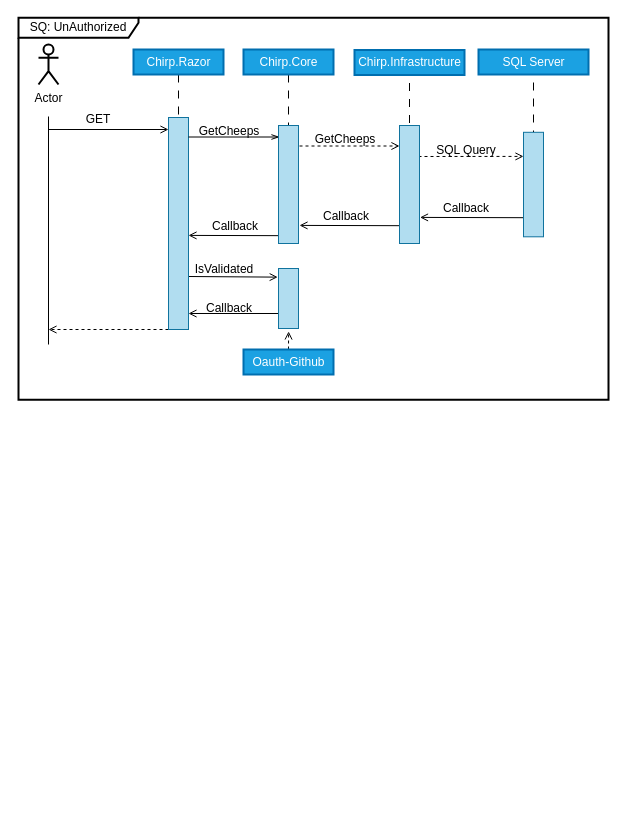
Before: Docs/Images/SequenceDiagram.drawio in ITU-BDSA23-GROUP4/Chirp, a draw.io diagram. Source tidied: cells renumbered, new cells numbered last; positions are measured from the earlier drawing's top-left corner, leaving out a move shared by most shapes. Both pictures are drawn from the tidied source at 100%, with x=0, y=0 at pixel (18, 17).
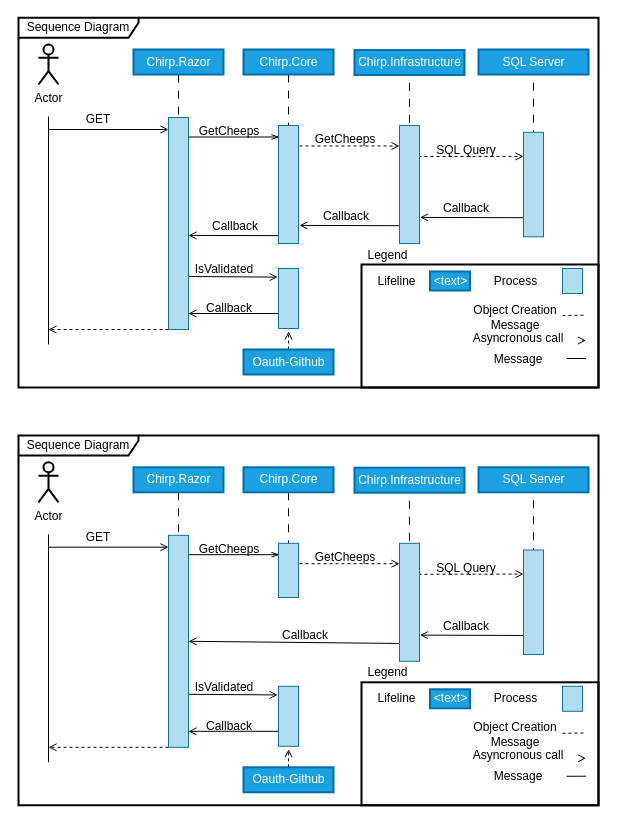
After the change.

What changed in the source:
```diff
@@
-    <mxCell id="7" value="SQ: UnAuthorized" style="shape=umlFrame;whiteSpace=wrap;html=1;strokeColor=#000000;strokeWidth=2;width=120;height=20;" parent="1" vertex="1">
-      <mxGeometry y="0.2" width="590" height="382" as="geometry" />
+    <mxCell id="7" value="Sequence Diagram" style="shape=umlFrame;whiteSpace=wrap;html=1;strokeColor=#000000;strokeWidth=2;width=120;height=20;" parent="1" vertex="1">
+      <mxGeometry y="0.2" width="580" height="369.8" as="geometry" />
     </mxCell>
@@
+    <mxCell id="39" style="html=1;strokeColor=#10739e;strokeWidth=1;fillColor=#b1ddf0;" parent="1" vertex="1">
+      <mxGeometry x="544" y="251" width="20" height="25" as="geometry" />
+    </mxCell>
+    <mxCell id="40" style="rounded=0;whiteSpace=wrap;html=1;sketch=0;strokeColor=#000000;strokeWidth=2;fontColor=#000000;fillColor=none;gradientColor=none;" parent="1" vertex="1">
+      <mxGeometry x="343" y="247" width="237" height="123" as="geometry" />
+    </mxCell>
+    <mxCell id="41" value="Process" style="text;html=1;strokeColor=none;fillColor=none;align=center;verticalAlign=middle;whiteSpace=wrap;rounded=0;sketch=0;strokeWidth=2;fontColor=#000000;" parent="1" vertex="1">
+      <mxGeometry x="467.5" y="254" width="59" height="19" as="geometry" />
+    </mxCell>
+    <mxCell id="42" style="edgeStyle=none;html=1;entryX=0;entryY=0.25;entryDx=0;entryDy=0;dashed=1;strokeColor=#000000;fontColor=#000000;endArrow=none;endFill=0;targetPerimeterSpacing=18;" parent="1" edge="1">
+      <mxGeometry relative="1" as="geometry">
+        <mxPoint x="544" y="298" as="sourcePoint" />
+        <mxPoint x="567.5" y="297.6" as="targetPoint" />
+      </mxGeometry>
+    </mxCell>
+    <mxCell id="43" value="Object Creation Message" style="text;html=1;strokeColor=none;fillColor=none;align=center;verticalAlign=middle;whiteSpace=wrap;rounded=0;sketch=0;strokeWidth=2;fontColor=#000000;" parent="1" vertex="1">
+      <mxGeometry x="449" y="290" width="96" height="19" as="geometry" />
+    </mxCell>
+    <mxCell id="44" style="edgeStyle=none;html=1;entryX=0;entryY=0.25;entryDx=0;entryDy=0;strokeColor=#000000;fontColor=#000000;endArrow=open;endFill=0;targetPerimeterSpacing=1;startArrow=none;startFill=0;" parent="1" edge="1">
+      <mxGeometry relative="1" as="geometry">
+        <mxPoint x="564" y="323" as="sourcePoint" />
+        <mxPoint x="567.5" y="323" as="targetPoint" />
+      </mxGeometry>
+    </mxCell>
+    <mxCell id="45" value="Asyncronous call" style="text;html=1;strokeColor=none;fillColor=none;align=center;verticalAlign=middle;whiteSpace=wrap;rounded=0;sketch=0;strokeWidth=2;fontColor=#000000;" parent="1" vertex="1">
+      <mxGeometry x="451.5" y="311" width="96" height="19" as="geometry" />
+    </mxCell>
+    <mxCell id="46" style="edgeStyle=none;html=1;entryX=0;entryY=0.25;entryDx=0;entryDy=0;strokeColor=#000000;fontColor=#000000;endArrow=none;endFill=0;targetPerimeterSpacing=18;" parent="1" edge="1">
+      <mxGeometry relative="1" as="geometry">
+        <mxPoint x="548" y="341" as="sourcePoint" />
+        <mxPoint x="567.5" y="341" as="targetPoint" />
+      </mxGeometry>
+    </mxCell>
+    <mxCell id="47" value="Message" style="text;html=1;strokeColor=none;fillColor=none;align=center;verticalAlign=middle;whiteSpace=wrap;rounded=0;sketch=0;strokeWidth=2;fontColor=#000000;" parent="1" vertex="1">
+      <mxGeometry x="451.5" y="332" width="96" height="19" as="geometry" />
+    </mxCell>
+    <mxCell id="48" value="&amp;lt;text&amp;gt;" style="html=1;strokeColor=#006EAF;strokeWidth=2;fillColor=#1ba1e2;fontColor=#ffffff;" parent="1" vertex="1">
+      <mxGeometry x="411.5" y="254" width="40" height="19" as="geometry" />
+    </mxCell>
+    <mxCell id="49" value="Lifeline" style="text;html=1;strokeColor=none;fillColor=none;align=center;verticalAlign=middle;whiteSpace=wrap;rounded=0;sketch=0;strokeWidth=2;fontColor=#000000;" parent="1" vertex="1">
+      <mxGeometry x="349" y="254" width="59" height="19" as="geometry" />
+    </mxCell>
+    <mxCell id="50" value="Legend" style="text;html=1;strokeColor=none;fillColor=none;align=center;verticalAlign=middle;whiteSpace=wrap;rounded=0;sketch=0;strokeWidth=2;fontColor=#000000;" parent="1" vertex="1">
+      <mxGeometry x="340" y="228" width="59" height="19" as="geometry" />
+    </mxCell>
+    <mxCell id="51" style="edgeStyle=none;html=1;entryX=0.5;entryY=0;entryDx=0;entryDy=0;dashed=1;dashPattern=8 8;strokeColor=#000000;fontColor=#000000;endArrow=none;endFill=0;exitX=0.5;exitY=1;exitDx=0;exitDy=0;" parent="1" edge="1" source="52" target="59">
+      <mxGeometry relative="1" as="geometry" />
+    </mxCell>
+    <mxCell id="52" value="Chirp.Razor" style="html=1;strokeColor=#006EAF;strokeWidth=2;fillColor=#1ba1e2;fontColor=#ffffff;" parent="1" vertex="1">
+      <mxGeometry x="115" y="449.8" width="90" height="25" as="geometry" />
+    </mxCell>
+    <mxCell id="53" value="&lt;font color=&quot;#000000&quot;&gt;Actor&lt;/font&gt;" style="shape=umlActor;verticalLabelPosition=bottom;verticalAlign=top;html=1;strokeColor=#000000;strokeWidth=2;" parent="1" vertex="1">
+      <mxGeometry x="20" y="444.8" width="20" height="40" as="geometry" />
+    </mxCell>
+    <mxCell id="54" style="endArrow=none;html=1;strokeColor=#000000;" parent="1" edge="1">
+      <mxGeometry relative="1" as="geometry">
+        <mxPoint x="30" y="516.8" as="sourcePoint" />
+        <mxPoint x="30" y="744.8" as="targetPoint" />
+      </mxGeometry>
+    </mxCell>
+    <mxCell id="55" style="endArrow=open;html=1;strokeColor=#000000;fontColor=#000000;endFill=0;" parent="1" edge="1">
+      <mxGeometry relative="1" as="geometry">
+        <mxPoint x="30" y="529.7" as="sourcePoint" />
+        <mxPoint x="150" y="529.7" as="targetPoint" />
+      </mxGeometry>
+    </mxCell>
+    <mxCell id="56" value="Sequence Diagram" style="shape=umlFrame;whiteSpace=wrap;html=1;strokeColor=#000000;strokeWidth=2;width=120;height=20;" parent="1" vertex="1">
+      <mxGeometry y="418" width="580" height="369.8" as="geometry" />
+    </mxCell>
+    <mxCell id="57" style="edgeStyle=none;html=1;exitX=0;exitY=1;exitDx=0;exitDy=0;dashed=1;strokeColor=#000000;fontColor=#000000;endArrow=open;endFill=0;targetPerimeterSpacing=18;" parent="1" edge="1" source="59">
+      <mxGeometry relative="1" as="geometry">
+        <mxPoint x="30" y="729.8" as="targetPoint" />
+      </mxGeometry>
+    </mxCell>
+    <mxCell id="58" style="edgeStyle=none;html=1;exitX=1;exitY=0.75;exitDx=0;exitDy=0;strokeColor=#000000;fontColor=#000000;endArrow=open;endFill=0;targetPerimeterSpacing=18;entryX=-0.039;entryY=0.144;entryDx=0;entryDy=0;entryPerimeter=0;" parent="1" edge="1" source="59" target="82">
+      <mxGeometry relative="1" as="geometry" />
+    </mxCell>
+    <mxCell id="59" style="html=1;strokeColor=#10739e;strokeWidth=1;fillColor=#b1ddf0;" parent="1" vertex="1">
+      <mxGeometry x="150" y="517.8" width="20" height="212" as="geometry" />
+    </mxCell>
+    <mxCell id="60" value="GET" style="text;html=1;strokeColor=none;fillColor=none;align=center;verticalAlign=middle;whiteSpace=wrap;rounded=0;strokeWidth=1;fontColor=#000000;" parent="1" vertex="1">
+      <mxGeometry x="50" y="509.8" width="60" height="20" as="geometry" />
+    </mxCell>
+    <mxCell id="61" style="edgeStyle=none;html=1;entryX=0.5;entryY=0;entryDx=0;entryDy=0;dashed=1;dashPattern=8 8;strokeColor=#000000;fontColor=#000000;endArrow=none;endFill=0;exitX=0.5;exitY=1;exitDx=0;exitDy=0;" parent="1" edge="1" target="79">
+      <mxGeometry relative="1" as="geometry">
+        <mxPoint x="391" y="467.2" as="sourcePoint" />
+      </mxGeometry>
+    </mxCell>
+    <mxCell id="62" value="Chirp.Infrastructure" style="html=1;strokeColor=#006EAF;strokeWidth=2;fillColor=#1ba1e2;fontColor=#ffffff;" parent="1" vertex="1">
+      <mxGeometry x="336" y="450.2" width="110" height="25" as="geometry" />
+    </mxCell>
+    <mxCell id="63" style="edgeStyle=none;html=1;entryX=0;entryY=0.25;entryDx=0;entryDy=0;dashed=1;strokeColor=#000000;fontColor=#000000;endArrow=open;endFill=0;targetPerimeterSpacing=18;" parent="1" edge="1">
+      <mxGeometry relative="1" as="geometry">
+        <mxPoint x="400" y="556.8" as="sourcePoint" />
+        <mxPoint x="505" y="556.6" as="targetPoint" />
+      </mxGeometry>
+    </mxCell>
+    <mxCell id="64" style="edgeStyle=none;html=1;exitX=0.5;exitY=1;exitDx=0;exitDy=0;entryX=0.5;entryY=0;entryDx=0;entryDy=0;dashed=1;dashPattern=8 8;strokeColor=#000000;fontColor=#000000;endArrow=none;endFill=0;" parent="1" edge="1" source="65" target="78">
+      <mxGeometry relative="1" as="geometry" />
+    </mxCell>
+    <mxCell id="65" value="Chirp.Core" style="html=1;strokeColor=#006EAF;strokeWidth=2;fillColor=#1ba1e2;fontColor=#ffffff;" parent="1" vertex="1">
+      <mxGeometry x="225" y="449.8" width="90" height="25" as="geometry" />
+    </mxCell>
+    <mxCell id="66" style="edgeStyle=none;html=1;exitX=1;exitY=0.25;exitDx=0;exitDy=0;entryX=0;entryY=0.25;entryDx=0;entryDy=0;strokeColor=#000000;fontColor=#000000;endArrow=open;endFill=0;dashed=1;" parent="1" edge="1">
+      <mxGeometry relative="1" as="geometry">
+        <mxPoint x="281" y="546.2" as="sourcePoint" />
+        <mxPoint x="381" y="546.2" as="targetPoint" />
+      </mxGeometry>
+    </mxCell>
+    <mxCell id="67" style="endArrow=openThin;html=1;strokeColor=#000000;fontColor=#000000;exitX=1;exitY=0.25;exitDx=0;exitDy=0;entryX=0;entryY=0.25;entryDx=0;entryDy=0;endFill=0;" parent="1" edge="1">
+      <mxGeometry relative="1" as="geometry">
+        <mxPoint x="170" y="537.2" as="sourcePoint" />
+        <mxPoint x="261" y="537.2" as="targetPoint" />
+      </mxGeometry>
+    </mxCell>
+    <mxCell id="68" value="GetCheeps" style="text;html=1;strokeColor=none;fillColor=none;align=center;verticalAlign=middle;whiteSpace=wrap;rounded=0;strokeWidth=1;fontColor=#000000;" parent="1" vertex="1">
+      <mxGeometry x="297" y="529.8" width="60" height="20" as="geometry" />
+    </mxCell>
+    <mxCell id="69" style="edgeStyle=none;html=1;entryX=0.5;entryY=0;entryDx=0;entryDy=0;dashed=1;dashPattern=8 8;strokeColor=#000000;fontColor=#000000;endArrow=none;endFill=0;exitX=0.5;exitY=1;exitDx=0;exitDy=0;" parent="1" edge="1" target="72">
+      <mxGeometry relative="1" as="geometry">
+        <mxPoint x="515" y="466.8" as="sourcePoint" />
+      </mxGeometry>
+    </mxCell>
+    <mxCell id="70" value="SQL Server" style="html=1;strokeColor=#006EAF;strokeWidth=2;fillColor=#1ba1e2;fontColor=#ffffff;" parent="1" vertex="1">
+      <mxGeometry x="460" y="449.8" width="110" height="25" as="geometry" />
+    </mxCell>
+    <mxCell id="71" style="edgeStyle=none;html=1;exitX=0;exitY=1;exitDx=0;exitDy=0;strokeColor=#000000;fontColor=#000000;endArrow=open;endFill=0;targetPerimeterSpacing=18;entryX=1.026;entryY=0.931;entryDx=0;entryDy=0;entryPerimeter=0;" parent="1" edge="1">
+      <mxGeometry relative="1" as="geometry">
+        <mxPoint x="505" y="618" as="sourcePoint" />
+        <mxPoint x="401.5" y="617.6" as="targetPoint" />
+      </mxGeometry>
+    </mxCell>
+    <mxCell id="72" style="html=1;strokeColor=#10739e;strokeWidth=1;fillColor=#b1ddf0;" parent="1" vertex="1">
+      <mxGeometry x="505" y="532.5" width="20" height="104.5" as="geometry" />
+    </mxCell>
+    <mxCell id="73" value="GetCheeps" style="text;html=1;strokeColor=none;fillColor=none;align=center;verticalAlign=middle;whiteSpace=wrap;rounded=0;strokeWidth=1;fontColor=#000000;" parent="1" vertex="1">
+      <mxGeometry x="181" y="521.8" width="60" height="20" as="geometry" />
+    </mxCell>
+    <mxCell id="74" value="SQL Query" style="text;html=1;strokeColor=none;fillColor=none;align=center;verticalAlign=middle;whiteSpace=wrap;rounded=0;strokeWidth=1;fontColor=#000000;" parent="1" vertex="1">
+      <mxGeometry x="413" y="540.5" width="70" height="20" as="geometry" />
+    </mxCell>
+    <mxCell id="75" value="Callback" style="text;html=1;strokeColor=none;fillColor=none;align=center;verticalAlign=middle;whiteSpace=wrap;rounded=0;strokeWidth=1;fontColor=#000000;" parent="1" vertex="1">
+      <mxGeometry x="413" y="599" width="70" height="20" as="geometry" />
+    </mxCell>
+    <mxCell id="76" style="edgeStyle=none;html=1;exitX=0;exitY=1;exitDx=0;exitDy=0;strokeColor=#000000;fontColor=#000000;endArrow=open;endFill=0;targetPerimeterSpacing=18;entryX=1;entryY=0.5;entryDx=0;entryDy=0;" parent="1" edge="1" target="59">
+      <mxGeometry relative="1" as="geometry">
+        <mxPoint x="384.5" y="626" as="sourcePoint" />
+      </mxGeometry>
+    </mxCell>
+    <mxCell id="77" value="Callback" style="text;html=1;strokeColor=none;fillColor=none;align=center;verticalAlign=middle;whiteSpace=wrap;rounded=0;strokeWidth=1;fontColor=#000000;" parent="1" vertex="1">
+      <mxGeometry x="251.5" y="608" width="70" height="20" as="geometry" />
+    </mxCell>
+    <mxCell id="78" style="html=1;strokeColor=#10739e;strokeWidth=1;fillColor=#b1ddf0;" parent="1" vertex="1">
+      <mxGeometry x="260" y="525.8" width="20" height="54.2" as="geometry" />
+    </mxCell>
+    <mxCell id="79" style="html=1;strokeColor=#10739e;strokeWidth=1;fillColor=#b1ddf0;" parent="1" vertex="1">
+      <mxGeometry x="381" y="525.8" width="20" height="118" as="geometry" />
+    </mxCell>
+    <mxCell id="80" value="IsValidated" style="text;html=1;strokeColor=none;fillColor=none;align=center;verticalAlign=middle;whiteSpace=wrap;rounded=0;strokeWidth=1;fontColor=#000000;" parent="1" vertex="1">
+      <mxGeometry x="171" y="659.8" width="70" height="20" as="geometry" />
+    </mxCell>
+    <mxCell id="81" style="edgeStyle=none;html=1;exitX=0;exitY=0.75;exitDx=0;exitDy=0;strokeColor=#000000;fontColor=#000000;endArrow=open;endFill=0;targetPerimeterSpacing=18;" parent="1" edge="1" source="82">
+      <mxGeometry relative="1" as="geometry">
+        <mxPoint x="170" y="713.8" as="targetPoint" />
+      </mxGeometry>
+    </mxCell>
+    <mxCell id="82" style="html=1;strokeColor=#10739e;strokeWidth=1;fillColor=#b1ddf0;" parent="1" vertex="1">
+      <mxGeometry x="260" y="668.8" width="20" height="60" as="geometry" />
+    </mxCell>
+    <mxCell id="83" style="edgeStyle=none;html=1;exitX=0.5;exitY=0;exitDx=0;exitDy=0;entryX=0.506;entryY=1.049;entryDx=0;entryDy=0;entryPerimeter=0;strokeColor=#000000;fontColor=#000000;endArrow=open;endFill=0;targetPerimeterSpacing=18;dashed=1;" parent="1" edge="1" source="84" target="82">
+      <mxGeometry relative="1" as="geometry" />
+    </mxCell>
+    <mxCell id="84" value="Oauth-Github" style="html=1;strokeColor=#006EAF;strokeWidth=2;fillColor=#1ba1e2;fontColor=#ffffff;" parent="1" vertex="1">
+      <mxGeometry x="225" y="749.8" width="90" height="25" as="geometry" />
+    </mxCell>
+    <mxCell id="85" value="Callback" style="text;html=1;strokeColor=none;fillColor=none;align=center;verticalAlign=middle;whiteSpace=wrap;rounded=0;strokeWidth=1;fontColor=#000000;" parent="1" vertex="1">
+      <mxGeometry x="176" y="698.8" width="70" height="20" as="geometry" />
+    </mxCell>
+    <mxCell id="86" style="html=1;strokeColor=#10739e;strokeWidth=1;fillColor=#b1ddf0;" parent="1" vertex="1">
+      <mxGeometry x="544" y="668.8" width="20" height="25" as="geometry" />
+    </mxCell>
+    <mxCell id="87" style="rounded=0;whiteSpace=wrap;html=1;sketch=0;strokeColor=#000000;strokeWidth=2;fontColor=#000000;fillColor=none;gradientColor=none;" parent="1" vertex="1">
+      <mxGeometry x="343" y="664.8" width="237" height="123" as="geometry" />
+    </mxCell>
+    <mxCell id="88" value="Process" style="text;html=1;strokeColor=none;fillColor=none;align=center;verticalAlign=middle;whiteSpace=wrap;rounded=0;sketch=0;strokeWidth=2;fontColor=#000000;" parent="1" vertex="1">
+      <mxGeometry x="467.5" y="671.8" width="59" height="19" as="geometry" />
+    </mxCell>
+    <mxCell id="89" style="edgeStyle=none;html=1;entryX=0;entryY=0.25;entryDx=0;entryDy=0;dashed=1;strokeColor=#000000;fontColor=#000000;endArrow=none;endFill=0;targetPerimeterSpacing=18;" parent="1" edge="1">
+      <mxGeometry relative="1" as="geometry">
+        <mxPoint x="544" y="715.8" as="sourcePoint" />
+        <mxPoint x="567.5" y="715.4" as="targetPoint" />
+      </mxGeometry>
+    </mxCell>
+    <mxCell id="90" value="Object Creation Message" style="text;html=1;strokeColor=none;fillColor=none;align=center;verticalAlign=middle;whiteSpace=wrap;rounded=0;sketch=0;strokeWidth=2;fontColor=#000000;" parent="1" vertex="1">
+      <mxGeometry x="449" y="707.8" width="96" height="19" as="geometry" />
+    </mxCell>
+    <mxCell id="91" style="edgeStyle=none;html=1;entryX=0;entryY=0.25;entryDx=0;entryDy=0;strokeColor=#000000;fontColor=#000000;endArrow=open;endFill=0;targetPerimeterSpacing=1;startArrow=none;startFill=0;" parent="1" edge="1">
+      <mxGeometry relative="1" as="geometry">
+        <mxPoint x="564" y="740.8" as="sourcePoint" />
+        <mxPoint x="567.5" y="740.8" as="targetPoint" />
+      </mxGeometry>
+    </mxCell>
+    <mxCell id="92" value="Asyncronous call" style="text;html=1;strokeColor=none;fillColor=none;align=center;verticalAlign=middle;whiteSpace=wrap;rounded=0;sketch=0;strokeWidth=2;fontColor=#000000;" parent="1" vertex="1">
+      <mxGeometry x="451.5" y="728.8" width="96" height="19" as="geometry" />
+    </mxCell>
+    <mxCell id="93" style="edgeStyle=none;html=1;entryX=0;entryY=0.25;entryDx=0;entryDy=0;strokeColor=#000000;fontColor=#000000;endArrow=none;endFill=0;targetPerimeterSpacing=18;" parent="1" edge="1">
+      <mxGeometry relative="1" as="geometry">
+        <mxPoint x="548" y="758.8" as="sourcePoint" />
+        <mxPoint x="567.5" y="758.7" as="targetPoint" />
+      </mxGeometry>
+    </mxCell>
+    <mxCell id="94" value="Message" style="text;html=1;strokeColor=none;fillColor=none;align=center;verticalAlign=middle;whiteSpace=wrap;rounded=0;sketch=0;strokeWidth=2;fontColor=#000000;" parent="1" vertex="1">
+      <mxGeometry x="451.5" y="749.8" width="96" height="19" as="geometry" />
+    </mxCell>
+    <mxCell id="95" value="&amp;lt;text&amp;gt;" style="html=1;strokeColor=#006EAF;strokeWidth=2;fillColor=#1ba1e2;fontColor=#ffffff;" parent="1" vertex="1">
+      <mxGeometry x="411.5" y="671.8" width="40" height="19" as="geometry" />
+    </mxCell>
+    <mxCell id="96" value="Lifeline" style="text;html=1;strokeColor=none;fillColor=none;align=center;verticalAlign=middle;whiteSpace=wrap;rounded=0;sketch=0;strokeWidth=2;fontColor=#000000;" parent="1" vertex="1">
+      <mxGeometry x="349" y="671.8" width="59" height="19" as="geometry" />
+    </mxCell>
+    <mxCell id="97" value="Legend" style="text;html=1;strokeColor=none;fillColor=none;align=center;verticalAlign=middle;whiteSpace=wrap;rounded=0;sketch=0;strokeWidth=2;fontColor=#000000;" parent="1" vertex="1">
+      <mxGeometry x="340" y="645.8" width="59" height="19" as="geometry" />
+    </mxCell>
```
